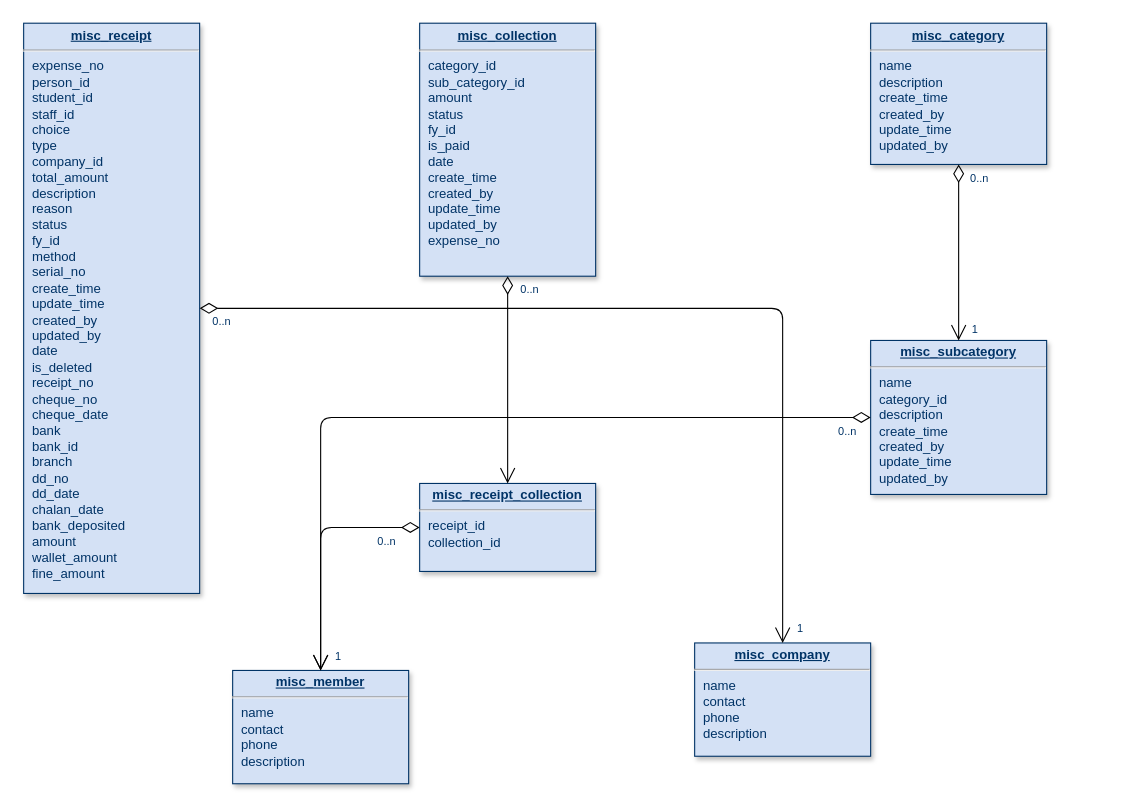
The draw.io diagram miscellaneous.drawio in midhmanohar/drawio, before the edit. Source tidied: cells renumbered, new cells numbered last; positions are measured from the earlier drawing's top-left corner, leaving out a move shared by most shapes. Both pictures are drawn from the tidied source at 110%, with x=0, y=0 at pixel (23, 23).
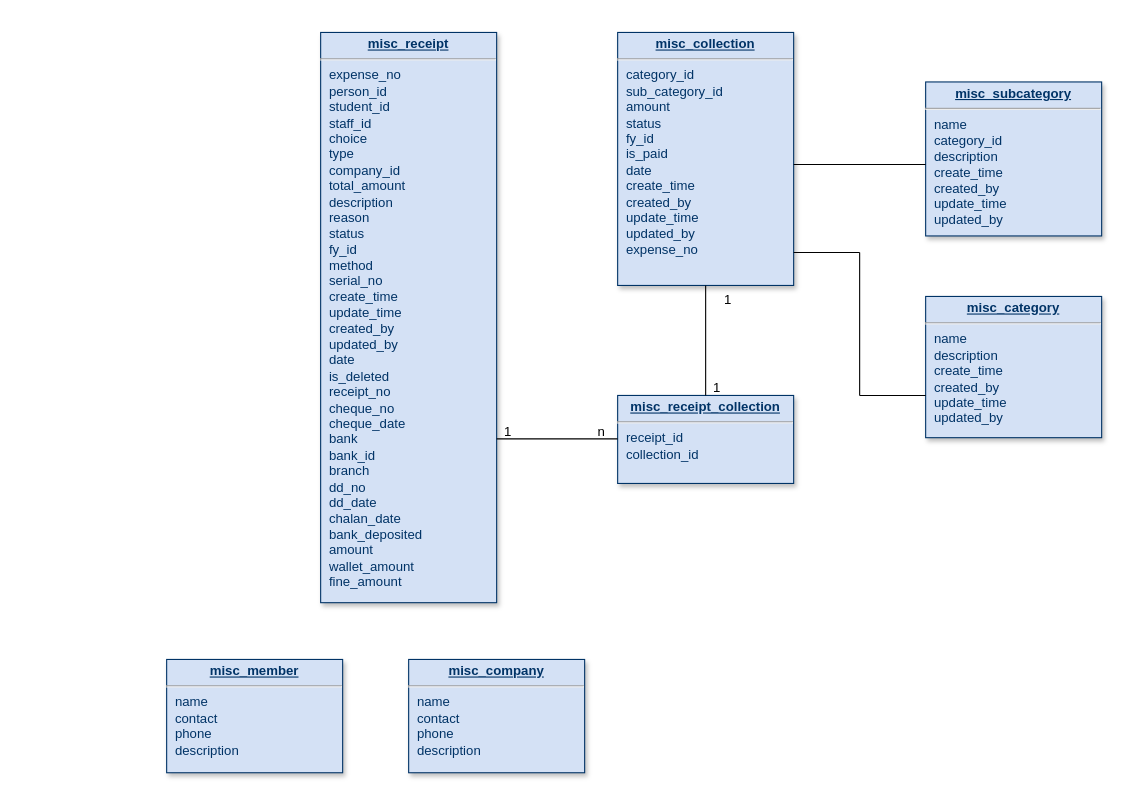
The same page after the edit.

Diff of the diagram source:
```diff
@@
     <mxCell id="2" value="&lt;p style=&quot;margin: 0px; margin-top: 4px; text-align: center; text-decoration: underline;&quot;&gt;&lt;b&gt;misc_collection&lt;/b&gt;&lt;/p&gt;&lt;hr&gt;&lt;p style=&quot;margin: 0px; margin-left: 8px;&quot;&gt;category_id&lt;/p&gt;&lt;p style=&quot;margin: 0px; margin-left: 8px;&quot;&gt;sub_category_id&lt;/p&gt;&lt;p style=&quot;margin: 0px; margin-left: 8px;&quot;&gt;amount&lt;/p&gt;&lt;p style=&quot;margin: 0px; margin-left: 8px;&quot;&gt;status&lt;/p&gt;&lt;p style=&quot;margin: 0px; margin-left: 8px;&quot;&gt;fy_id&lt;/p&gt;&lt;p style=&quot;margin: 0px; margin-left: 8px;&quot;&gt;is_paid&lt;/p&gt;&lt;p style=&quot;margin: 0px; margin-left: 8px;&quot;&gt;date&lt;/p&gt;&lt;p style=&quot;margin: 0px; margin-left: 8px;&quot;&gt;create_time&lt;/p&gt;&lt;p style=&quot;margin: 0px; margin-left: 8px;&quot;&gt;created_by&lt;/p&gt;&lt;p style=&quot;margin: 0px; margin-left: 8px;&quot;&gt;update_time&lt;/p&gt;&lt;p style=&quot;margin: 0px; margin-left: 8px;&quot;&gt;updated_by&lt;/p&gt;&lt;p style=&quot;margin: 0px; margin-left: 8px;&quot;&gt;expense_no&lt;/p&gt;" style="verticalAlign=top;align=left;overflow=fill;fontSize=12;fontFamily=Helvetica;html=1;strokeColor=#003366;shadow=1;fillColor=#D4E1F5;fontColor=#003366;" parent="1" vertex="1">
-      <mxGeometry x="360" y="-0.4" width="160" height="230" as="geometry" />
+      <mxGeometry x="540" y="8" width="160" height="230" as="geometry" />
     </mxCell>
     <mxCell id="3" value="&lt;p style=&quot;margin: 0px; margin-top: 4px; text-align: center; text-decoration: underline;&quot;&gt;&lt;b&gt;misc_receipt_collection&lt;/b&gt;&lt;/p&gt;&lt;hr&gt;&lt;p style=&quot;margin: 0px; margin-left: 8px;&quot;&gt;receipt_id&lt;/p&gt;&lt;p style=&quot;margin: 0px; margin-left: 8px;&quot;&gt;collection_id&lt;/p&gt;" style="verticalAlign=top;align=left;overflow=fill;fontSize=12;fontFamily=Helvetica;html=1;strokeColor=#003366;shadow=1;fillColor=#D4E1F5;fontColor=#003366;" parent="1" vertex="1">
-      <mxGeometry x="360" y="418" width="160" height="80" as="geometry" />
+      <mxGeometry x="540" y="338" width="160" height="80" as="geometry" />
     </mxCell>
     <mxCell id="4" value="&lt;p style=&quot;margin: 0px; margin-top: 4px; text-align: center; text-decoration: underline;&quot;&gt;&lt;b&gt;misc_company&lt;/b&gt;&lt;/p&gt;&lt;hr&gt;&lt;p style=&quot;margin: 0px; margin-left: 8px;&quot;&gt;name&lt;/p&gt;&lt;p style=&quot;margin: 0px; margin-left: 8px;&quot;&gt;contact&lt;/p&gt;&lt;p style=&quot;margin: 0px; margin-left: 8px;&quot;&gt;phone&lt;/p&gt;&lt;p style=&quot;margin: 0px; margin-left: 8px;&quot;&gt;description&lt;/p&gt;" style="verticalAlign=top;align=left;overflow=fill;fontSize=12;fontFamily=Helvetica;html=1;strokeColor=#003366;shadow=1;fillColor=#D4E1F5;fontColor=#003366;" parent="1" vertex="1">
-      <mxGeometry x="610" y="563" width="160" height="103" as="geometry" />
+      <mxGeometry x="350" y="578" width="160" height="103" as="geometry" />
     </mxCell>
     <mxCell id="5" value="&lt;p style=&quot;margin: 0px; margin-top: 4px; text-align: center; text-decoration: underline;&quot;&gt;&lt;b&gt;misc_category&lt;/b&gt;&lt;/p&gt;&lt;hr&gt;&lt;p style=&quot;margin: 0px; margin-left: 8px;&quot;&gt;name&lt;/p&gt;&lt;p style=&quot;margin: 0px; margin-left: 8px;&quot;&gt;description&lt;/p&gt;&lt;p style=&quot;margin: 0px; margin-left: 8px;&quot;&gt;create_time&lt;/p&gt;&lt;p style=&quot;margin: 0px; margin-left: 8px;&quot;&gt;created_by&lt;/p&gt;&lt;p style=&quot;margin: 0px; margin-left: 8px;&quot;&gt;update_time&lt;/p&gt;&lt;p style=&quot;margin: 0px; margin-left: 8px;&quot;&gt;updated_by&lt;/p&gt;&lt;p style=&quot;margin: 0px; margin-left: 8px;&quot;&gt;&lt;br&gt;&lt;/p&gt;" style="verticalAlign=top;align=left;overflow=fill;fontSize=12;fontFamily=Helvetica;html=1;strokeColor=#003366;shadow=1;fillColor=#D4E1F5;fontColor=#003366;" parent="1" vertex="1">
-      <mxGeometry x="770" y="-0.4" width="160" height="128.4" as="geometry" />
+      <mxGeometry x="820" y="248" width="160" height="128.4" as="geometry" />
     </mxCell>
     <mxCell id="6" value="&lt;p style=&quot;margin: 0px; margin-top: 4px; text-align: center; text-decoration: underline;&quot;&gt;&lt;b&gt;misc_member&lt;/b&gt;&lt;/p&gt;&lt;hr&gt;&lt;p style=&quot;margin: 0px; margin-left: 8px;&quot;&gt;name&lt;/p&gt;&lt;p style=&quot;margin: 0px; margin-left: 8px;&quot;&gt;contact&lt;/p&gt;&lt;p style=&quot;margin: 0px; margin-left: 8px;&quot;&gt;phone&lt;/p&gt;&lt;p style=&quot;margin: 0px; margin-left: 8px;&quot;&gt;description&lt;/p&gt;&lt;p style=&quot;margin: 0px; margin-left: 8px;&quot;&gt;&lt;br&gt;&lt;/p&gt;" style="verticalAlign=top;align=left;overflow=fill;fontSize=12;fontFamily=Helvetica;html=1;strokeColor=#003366;shadow=1;fillColor=#D4E1F5;fontColor=#003366;" parent="1" vertex="1">
-      <mxGeometry x="190" y="588" width="160" height="103" as="geometry" />
+      <mxGeometry x="130" y="578" width="160" height="103" as="geometry" />
     </mxCell>
     <mxCell id="7" value="&lt;p style=&quot;margin: 0px; margin-top: 4px; text-align: center; text-decoration: underline;&quot;&gt;&lt;b&gt;misc_receipt&lt;/b&gt;&lt;/p&gt;&lt;hr&gt;&lt;p style=&quot;margin: 0px; margin-left: 8px;&quot;&gt;expense_no&lt;/p&gt;&lt;p style=&quot;margin: 0px; margin-left: 8px;&quot;&gt;person_id&lt;/p&gt;&lt;p style=&quot;margin: 0px; margin-left: 8px;&quot;&gt;student_id&lt;/p&gt;&lt;p style=&quot;margin: 0px; margin-left: 8px;&quot;&gt;staff_id&lt;/p&gt;&lt;p style=&quot;margin: 0px; margin-left: 8px;&quot;&gt;choice&lt;/p&gt;&lt;p style=&quot;margin: 0px; margin-left: 8px;&quot;&gt;type&lt;/p&gt;&lt;p style=&quot;margin: 0px; margin-left: 8px;&quot;&gt;company_id&lt;/p&gt;&lt;p style=&quot;margin: 0px; margin-left: 8px;&quot;&gt;total_amount&lt;/p&gt;&lt;p style=&quot;margin: 0px; margin-left: 8px;&quot;&gt;description&lt;/p&gt;&lt;p style=&quot;margin: 0px; margin-left: 8px;&quot;&gt;reason&lt;/p&gt;&lt;p style=&quot;margin: 0px; margin-left: 8px;&quot;&gt;status&lt;/p&gt;&lt;p style=&quot;margin: 0px; margin-left: 8px;&quot;&gt;fy_id&lt;/p&gt;&lt;p style=&quot;margin: 0px; margin-left: 8px;&quot;&gt;method&lt;/p&gt;&lt;p style=&quot;margin: 0px; margin-left: 8px;&quot;&gt;serial_no&lt;/p&gt;&lt;p style=&quot;margin: 0px; margin-left: 8px;&quot;&gt;create_time&lt;/p&gt;&lt;p style=&quot;margin: 0px; margin-left: 8px;&quot;&gt;update_time&lt;/p&gt;&lt;p style=&quot;margin: 0px; margin-left: 8px;&quot;&gt;created_by&lt;/p&gt;&lt;p style=&quot;margin: 0px; margin-left: 8px;&quot;&gt;updated_by&lt;/p&gt;&lt;p style=&quot;margin: 0px; margin-left: 8px;&quot;&gt;date&lt;/p&gt;&lt;p style=&quot;margin: 0px; margin-left: 8px;&quot;&gt;is_deleted&lt;/p&gt;&lt;p style=&quot;margin: 0px; margin-left: 8px;&quot;&gt;receipt_no&lt;/p&gt;&lt;p style=&quot;margin: 0px; margin-left: 8px;&quot;&gt;cheque_no&lt;/p&gt;&lt;p style=&quot;margin: 0px; margin-left: 8px;&quot;&gt;cheque_date&lt;/p&gt;&lt;p style=&quot;margin: 0px; margin-left: 8px;&quot;&gt;bank&lt;/p&gt;&lt;p style=&quot;margin: 0px; margin-left: 8px;&quot;&gt;bank_id&lt;/p&gt;&lt;p style=&quot;margin: 0px; margin-left: 8px;&quot;&gt;branch&lt;/p&gt;&lt;p style=&quot;margin: 0px; margin-left: 8px;&quot;&gt;dd_no&lt;/p&gt;&lt;p style=&quot;margin: 0px; margin-left: 8px;&quot;&gt;dd_date&lt;/p&gt;&lt;p style=&quot;margin: 0px; margin-left: 8px;&quot;&gt;chalan_date&lt;/p&gt;&lt;p style=&quot;margin: 0px; margin-left: 8px;&quot;&gt;bank_deposited&lt;/p&gt;&lt;p style=&quot;margin: 0px; margin-left: 8px;&quot;&gt;amount&lt;/p&gt;&lt;p style=&quot;margin: 0px; margin-left: 8px;&quot;&gt;wallet_amount&lt;/p&gt;&lt;p style=&quot;margin: 0px; margin-left: 8px;&quot;&gt;fine_amount&lt;/p&gt;&lt;p style=&quot;margin: 0px; margin-left: 8px;&quot;&gt;&lt;br&gt;&lt;/p&gt;" style="verticalAlign=top;align=left;overflow=fill;fontSize=12;fontFamily=Helvetica;html=1;strokeColor=#003366;shadow=1;fillColor=#D4E1F5;fontColor=#003366;" parent="1" vertex="1">
-      <mxGeometry y="-0.4" width="160" height="518.4" as="geometry" />
+      <mxGeometry x="270" y="8" width="160" height="518.4" as="geometry" />
     </mxCell>
     <mxCell id="8" value="&lt;p style=&quot;margin: 0px; margin-top: 4px; text-align: center; text-decoration: underline;&quot;&gt;&lt;b&gt;misc_subcategory&lt;/b&gt;&lt;/p&gt;&lt;hr&gt;&lt;p style=&quot;margin: 0px; margin-left: 8px;&quot;&gt;name&lt;/p&gt;&lt;p style=&quot;margin: 0px; margin-left: 8px;&quot;&gt;category_id&lt;/p&gt;&lt;p style=&quot;margin: 0px; margin-left: 8px;&quot;&gt;description&lt;/p&gt;&lt;p style=&quot;margin: 0px; margin-left: 8px;&quot;&gt;create_time&lt;/p&gt;&lt;p style=&quot;margin: 0px; margin-left: 8px;&quot;&gt;created_by&lt;/p&gt;&lt;p style=&quot;margin: 0px; margin-left: 8px;&quot;&gt;update_time&lt;/p&gt;&lt;p style=&quot;margin: 0px; margin-left: 8px;&quot;&gt;updated_by&lt;/p&gt;&lt;p style=&quot;margin: 0px; margin-left: 8px;&quot;&gt;&lt;br&gt;&lt;/p&gt;" style="verticalAlign=top;align=left;overflow=fill;fontSize=12;fontFamily=Helvetica;html=1;strokeColor=#003366;shadow=1;fillColor=#D4E1F5;fontColor=#003366;" parent="1" vertex="1">
-      <mxGeometry x="770" y="288" width="160" height="140" as="geometry" />
+      <mxGeometry x="820" y="53" width="160" height="140" as="geometry" />
     </mxCell>
-    <mxCell id="9" style="endArrow=open;endSize=12;startArrow=diamondThin;startSize=14;startFill=0;edgeStyle=orthogonalEdgeStyle;" parent="1" edge="1" source="2" target="3">
-      <mxGeometry y="160" as="geometry" />
+    <mxCell id="9" style="endArrow=none;html=1;rounded=0;entryX=0.5;entryY=0;entryDx=0;entryDy=0;exitX=0.5;exitY=1;exitDx=0;exitDy=0;" parent="1" edge="1" source="2" target="3">
+      <mxGeometry relative="1" as="geometry" />
     </mxCell>
-    <mxCell id="10" value="0..n" style="align=left;verticalAlign=top;labelBackgroundColor=#ffffff;fontSize=10;strokeColor=#003366;shadow=1;fillColor=#D4E1F5;fontColor=#003366;" parent="9" vertex="1">
-      <mxGeometry x="-1" relative="1" as="geometry">
-        <mxPoint x="10" as="offset" />
-      </mxGeometry>
-    </mxCell>
-    <mxCell id="11" style="endArrow=open;endSize=12;startArrow=diamondThin;startSize=14;startFill=0;edgeStyle=orthogonalEdgeStyle;" parent="1" edge="1" source="5" target="8">
-      <mxGeometry x="389.4" y="350" as="geometry" />
-    </mxCell>
-    <mxCell id="12" value="0..n" style="align=left;verticalAlign=top;labelBackgroundColor=#ffffff;fontSize=10;strokeColor=#003366;shadow=1;fillColor=#D4E1F5;fontColor=#003366;" parent="11" vertex="1">
-      <mxGeometry x="-1" relative="1" as="geometry">
-        <mxPoint x="8.9" as="offset" />
-      </mxGeometry>
-    </mxCell>
-    <mxCell id="13" value="1" style="align=right;verticalAlign=top;labelBackgroundColor=#ffffff;fontSize=10;strokeColor=#003366;shadow=1;fillColor=#D4E1F5;fontColor=#003366;" parent="11" vertex="1">
-      <mxGeometry x="1" relative="1" as="geometry">
-        <mxPoint x="18.9" y="-22" as="offset" />
-      </mxGeometry>
-    </mxCell>
-    <mxCell id="14" style="endArrow=open;endSize=12;startArrow=diamondThin;startSize=14;startFill=0;edgeStyle=orthogonalEdgeStyle;" parent="1" edge="1" source="3" target="6">
-      <mxGeometry x="519.4" y="200" as="geometry" />
-    </mxCell>
-    <mxCell id="15" value="0..n" style="align=left;verticalAlign=top;labelBackgroundColor=#ffffff;fontSize=10;strokeColor=#003366;shadow=1;fillColor=#D4E1F5;fontColor=#003366;" parent="14" vertex="1">
-      <mxGeometry x="-1" relative="1" as="geometry">
-        <mxPoint x="-40" as="offset" />
-      </mxGeometry>
-    </mxCell>
-    <mxCell id="16" value="1" style="align=right;verticalAlign=top;labelBackgroundColor=#ffffff;fontSize=10;strokeColor=#003366;shadow=1;fillColor=#D4E1F5;fontColor=#003366;" parent="14" vertex="1">
-      <mxGeometry x="1" relative="1" as="geometry">
-        <mxPoint x="20" y="-25" as="offset" />
-      </mxGeometry>
-    </mxCell>
-    <mxCell id="17" style="endArrow=open;endSize=12;startArrow=diamondThin;startSize=14;startFill=0;edgeStyle=orthogonalEdgeStyle;" parent="1" edge="1" source="7" target="4">
-      <mxGeometry x="620" y="340" as="geometry" />
-    </mxCell>
-    <mxCell id="18" value="0..n" style="align=left;verticalAlign=top;labelBackgroundColor=#ffffff;fontSize=10;strokeColor=#003366;shadow=1;fillColor=#D4E1F5;fontColor=#003366;" parent="17" vertex="1">
-      <mxGeometry x="-1" relative="1" as="geometry">
-        <mxPoint x="10" as="offset" />
-      </mxGeometry>
-    </mxCell>
-    <mxCell id="19" value="1" style="align=right;verticalAlign=top;labelBackgroundColor=#ffffff;fontSize=10;strokeColor=#003366;shadow=1;fillColor=#D4E1F5;fontColor=#003366;" parent="17" vertex="1">
-      <mxGeometry x="1" relative="1" as="geometry">
-        <mxPoint x="20" y="-25" as="offset" />
-      </mxGeometry>
-    </mxCell>
-    <mxCell id="20" style="endArrow=open;endSize=12;startArrow=diamondThin;startSize=14;startFill=0;edgeStyle=orthogonalEdgeStyle;" parent="1" edge="1" source="8" target="6">
-      <mxGeometry x="369.4" y="360" as="geometry" />
-    </mxCell>
-    <mxCell id="21" value="0..n" style="align=left;verticalAlign=top;labelBackgroundColor=#ffffff;fontSize=10;strokeColor=#003366;shadow=1;fillColor=#D4E1F5;fontColor=#003366;" parent="20" vertex="1">
-      <mxGeometry x="-1" relative="1" as="geometry">
-        <mxPoint x="-31.1" as="offset" />
-      </mxGeometry>
-    </mxCell>
+    <mxCell id="22" value="1" style="text;html=1;align=center;verticalAlign=middle;strokeColor=none;fillColor=none;" parent="1" vertex="1">
+      <mxGeometry x="625" y="236" width="30" height="30" as="geometry" />
+    </mxCell>
+    <mxCell id="23" value="1" style="text;html=1;align=center;verticalAlign=middle;strokeColor=none;fillColor=none;" parent="1" vertex="1">
+      <mxGeometry x="615" y="316" width="30" height="30" as="geometry" />
+    </mxCell>
+    <mxCell id="24" style="endArrow=none;html=1;rounded=0;" parent="1" edge="1">
+      <mxGeometry relative="1" as="geometry">
+        <mxPoint x="430" y="377.5" as="sourcePoint" />
+        <mxPoint x="540" y="377.5" as="targetPoint" />
+      </mxGeometry>
+    </mxCell>
+    <mxCell id="25" value="1" style="text;html=1;align=center;verticalAlign=middle;strokeColor=none;fillColor=none;" parent="1" vertex="1">
+      <mxGeometry x="425" y="356" width="30" height="30" as="geometry" />
+    </mxCell>
+    <mxCell id="26" value="n" style="text;html=1;align=center;verticalAlign=middle;strokeColor=none;fillColor=none;" parent="1" vertex="1">
+      <mxGeometry x="510" y="356" width="30" height="30" as="geometry" />
+    </mxCell>
+    <mxCell id="27" style="endArrow=none;html=1;rounded=0;" parent="1" edge="1">
+      <mxGeometry relative="1" as="geometry">
+        <mxPoint x="700" y="128" as="sourcePoint" />
+        <mxPoint x="820" y="128" as="targetPoint" />
+      </mxGeometry>
+    </mxCell>
+    <mxCell id="28" style="endArrow=none;html=1;rounded=0;" parent="1" edge="1">
+      <mxGeometry relative="1" as="geometry">
+        <mxPoint x="700" y="208" as="sourcePoint" />
+        <mxPoint x="760" y="208" as="targetPoint" />
+      </mxGeometry>
+    </mxCell>
+    <mxCell id="29" style="endArrow=none;html=1;rounded=0;" parent="1" edge="1">
+      <mxGeometry relative="1" as="geometry">
+        <mxPoint x="760" y="208" as="sourcePoint" />
+        <mxPoint x="760" y="338" as="targetPoint" />
+      </mxGeometry>
+    </mxCell>
+    <mxCell id="30" style="endArrow=none;html=1;rounded=0;" parent="1" edge="1">
+      <mxGeometry relative="1" as="geometry">
+        <mxPoint x="760" y="338" as="sourcePoint" />
+        <mxPoint x="820" y="338" as="targetPoint" />
+      </mxGeometry>
+    </mxCell>
```
